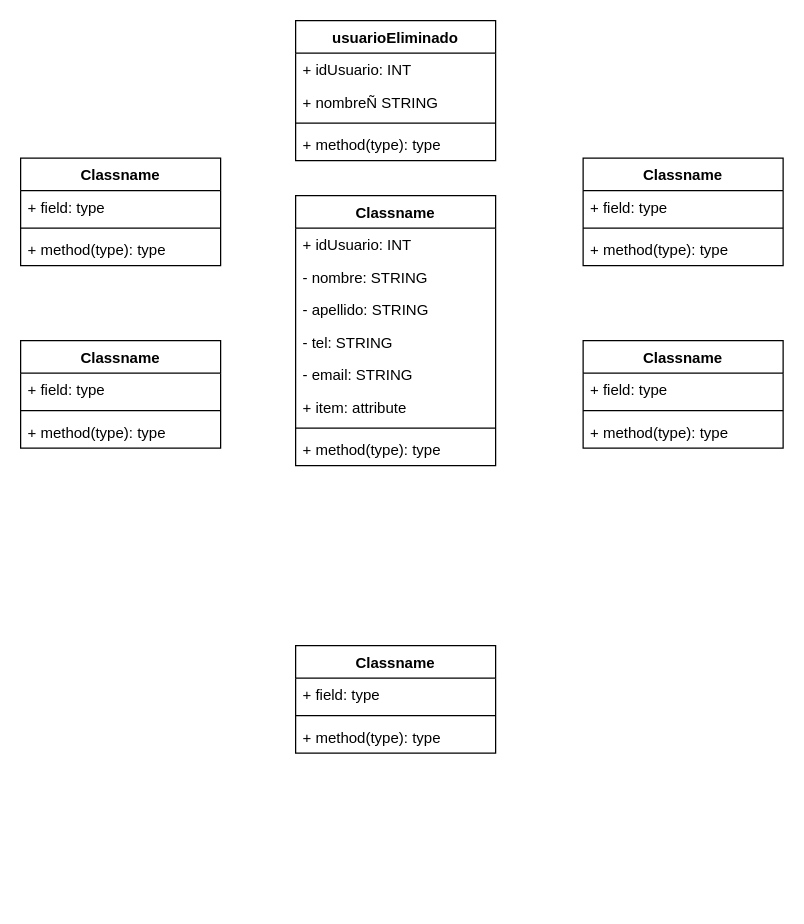
This is drawIo/Dule_Oracle_Class_Diagram.drawio from TanaStorm/Dule_Oracle, a draw.io file, before an edit. Source tidied: cells renumbered, new cells numbered last; positions are measured from the earlier drawing's top-left corner, leaving out a move shared by most shapes. Both pictures are drawn from the tidied source at 125%, with x=0, y=0 at pixel (20, 20).
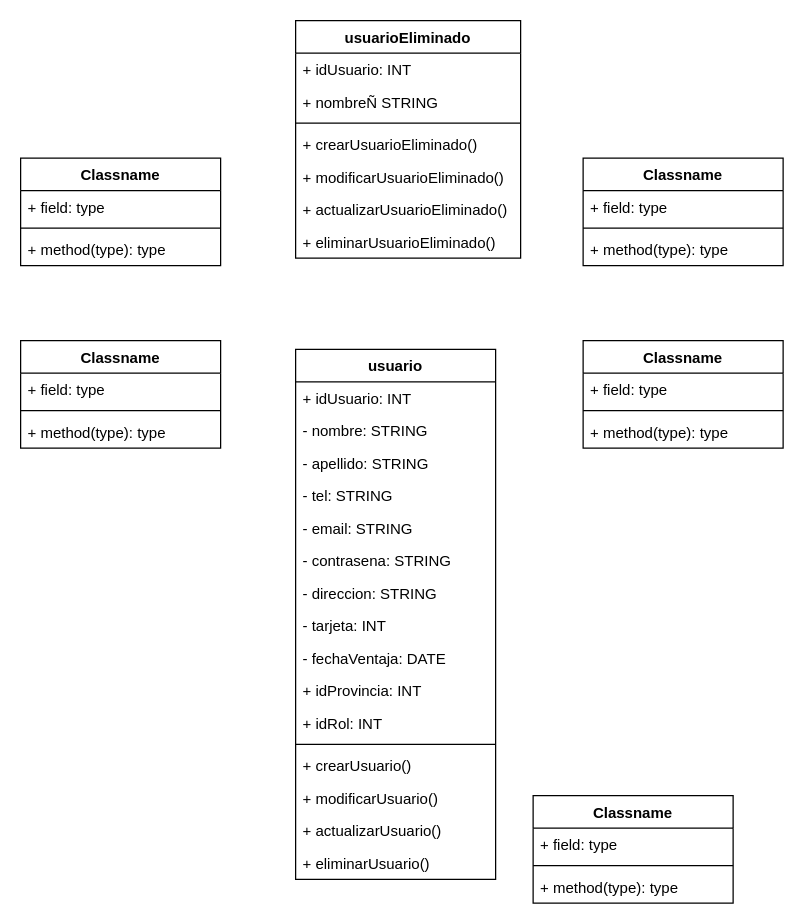
After the change.

Diff of the diagram source:
```diff
@@
     <mxCell id="2" value="usuarioEliminado" style="swimlane;fontStyle=1;align=center;verticalAlign=top;horizontal=1;startSize=26;" parent="1" vertex="1">
-      <mxGeometry x="220" width="160" height="112" as="geometry" />
+      <mxGeometry x="220" width="180" height="190" as="geometry" />
     </mxCell>
     <mxCell id="3" value="+ idUsuario: INT" style="text;strokeColor=none;fillColor=none;align=left;verticalAlign=top;spacingLeft=4;spacingRight=4;overflow=hidden;" parent="2" vertex="1">
-      <mxGeometry y="26" width="160" height="26" as="geometry" />
+      <mxGeometry y="26" width="180" height="26" as="geometry" />
     </mxCell>
     <mxCell id="4" value="+ nombreÑ STRING&#10;" style="text;strokeColor=none;fillColor=none;align=left;verticalAlign=top;spacingLeft=4;spacingRight=4;overflow=hidden;" parent="2" vertex="1">
-      <mxGeometry y="52" width="160" height="26" as="geometry" />
+      <mxGeometry y="52" width="180" height="26" as="geometry" />
     </mxCell>
     <mxCell id="5" style="line;strokeWidth=1;fillColor=none;align=left;verticalAlign=middle;spacingTop=-1;spacingLeft=3;spacingRight=3;labelPosition=right;" parent="2" vertex="1">
-      <mxGeometry y="78" width="160" height="8" as="geometry" />
+      <mxGeometry y="78" width="180" height="8" as="geometry" />
     </mxCell>
-    <mxCell id="6" value="+ method(type): type" style="text;strokeColor=none;fillColor=none;align=left;verticalAlign=top;spacingLeft=4;spacingRight=4;overflow=hidden;" parent="2" vertex="1">
-      <mxGeometry y="86" width="160" height="26" as="geometry" />
+    <mxCell id="6" value="+ crearUsuarioEliminado()" style="text;strokeColor=none;fillColor=none;align=left;verticalAlign=top;spacingLeft=4;spacingRight=4;overflow=hidden;" parent="2" vertex="1">
+      <mxGeometry y="86" width="180" height="26" as="geometry" />
     </mxCell>
+    <mxCell id="36" value="+ modificarUsuarioEliminado()" style="text;strokeColor=none;fillColor=none;align=left;verticalAlign=top;spacingLeft=4;spacingRight=4;overflow=hidden;" parent="2" vertex="1">
+      <mxGeometry y="112" width="180" height="26" as="geometry" />
+    </mxCell>
+    <mxCell id="37" value="+ actualizarUsuarioEliminado()" style="text;strokeColor=none;fillColor=none;align=left;verticalAlign=top;spacingLeft=4;spacingRight=4;overflow=hidden;" parent="2" vertex="1">
+      <mxGeometry y="138" width="180" height="26" as="geometry" />
+    </mxCell>
+    <mxCell id="38" value="+ eliminarUsuarioEliminado()" style="text;strokeColor=none;fillColor=none;align=left;verticalAlign=top;spacingLeft=4;spacingRight=4;overflow=hidden;" parent="2" vertex="1">
+      <mxGeometry y="164" width="180" height="26" as="geometry" />
+    </mxCell>
-    <mxCell id="7" value="Classname" style="swimlane;fontStyle=1;align=center;verticalAlign=top;horizontal=1;startSize=26;" parent="1" vertex="1">
-      <mxGeometry x="220" y="140" width="160" height="216" as="geometry" />
+    <mxCell id="7" value="usuario" style="swimlane;fontStyle=1;align=center;verticalAlign=top;horizontal=1;startSize=26;" parent="1" vertex="1">
+      <mxGeometry x="220" y="263" width="160" height="424" as="geometry" />
     </mxCell>
@@
-    <mxCell id="13" value="+ item: attribute" style="text;strokeColor=none;fillColor=none;align=left;verticalAlign=top;spacingLeft=4;spacingRight=4;overflow=hidden;" parent="7" vertex="1">
+    <mxCell id="13" value="- contrasena: STRING" style="text;strokeColor=none;fillColor=none;align=left;verticalAlign=top;spacingLeft=4;spacingRight=4;overflow=hidden;" parent="7" vertex="1">
       <mxGeometry y="156" width="160" height="26" as="geometry" />
     </mxCell>
+    <mxCell id="39" value="- direccion: STRING " style="text;strokeColor=none;fillColor=none;align=left;verticalAlign=top;spacingLeft=4;spacingRight=4;overflow=hidden;" parent="7" vertex="1">
+      <mxGeometry y="182" width="160" height="26" as="geometry" />
+    </mxCell>
+    <mxCell id="40" value="- tarjeta: INT " style="text;strokeColor=none;fillColor=none;align=left;verticalAlign=top;spacingLeft=4;spacingRight=4;overflow=hidden;" parent="7" vertex="1">
+      <mxGeometry y="208" width="160" height="26" as="geometry" />
+    </mxCell>
+    <mxCell id="41" value="- fechaVentaja: DATE " style="text;strokeColor=none;fillColor=none;align=left;verticalAlign=top;spacingLeft=4;spacingRight=4;overflow=hidden;" parent="7" vertex="1">
+      <mxGeometry y="234" width="160" height="26" as="geometry" />
+    </mxCell>
+    <mxCell id="42" value="+ idProvincia: INT " style="text;strokeColor=none;fillColor=none;align=left;verticalAlign=top;spacingLeft=4;spacingRight=4;overflow=hidden;" parent="7" vertex="1">
+      <mxGeometry y="260" width="160" height="26" as="geometry" />
+    </mxCell>
+    <mxCell id="43" value="+ idRol: INT" style="text;strokeColor=none;fillColor=none;align=left;verticalAlign=top;spacingLeft=4;spacingRight=4;overflow=hidden;" parent="7" vertex="1">
+      <mxGeometry y="286" width="160" height="26" as="geometry" />
+    </mxCell>
     <mxCell id="14" style="line;strokeWidth=1;fillColor=none;align=left;verticalAlign=middle;spacingTop=-1;spacingLeft=3;spacingRight=3;labelPosition=right;" parent="7" vertex="1">
-      <mxGeometry y="182" width="160" height="8" as="geometry" />
+      <mxGeometry y="312" width="160" height="8" as="geometry" />
     </mxCell>
-    <mxCell id="15" value="+ method(type): type" style="text;strokeColor=none;fillColor=none;align=left;verticalAlign=top;spacingLeft=4;spacingRight=4;overflow=hidden;" parent="7" vertex="1">
-      <mxGeometry y="190" width="160" height="26" as="geometry" />
+    <mxCell id="15" value="+ crearUsuario()" style="text;strokeColor=none;fillColor=none;align=left;verticalAlign=top;spacingLeft=4;spacingRight=4;overflow=hidden;" parent="7" vertex="1">
+      <mxGeometry y="320" width="160" height="26" as="geometry" />
     </mxCell>
+    <mxCell id="44" value="+ modificarUsuario()" style="text;strokeColor=none;fillColor=none;align=left;verticalAlign=top;spacingLeft=4;spacingRight=4;overflow=hidden;" parent="7" vertex="1">
+      <mxGeometry y="346" width="160" height="26" as="geometry" />
+    </mxCell>
+    <mxCell id="45" value="+ actualizarUsuario()" style="text;strokeColor=none;fillColor=none;align=left;verticalAlign=top;spacingLeft=4;spacingRight=4;overflow=hidden;" parent="7" vertex="1">
+      <mxGeometry y="372" width="160" height="26" as="geometry" />
+    </mxCell>
+    <mxCell id="46" value="+ eliminarUsuario()" style="text;strokeColor=none;fillColor=none;align=left;verticalAlign=top;spacingLeft=4;spacingRight=4;overflow=hidden;" parent="7" vertex="1">
+      <mxGeometry y="398" width="160" height="26" as="geometry" />
+    </mxCell>
     <mxCell id="16" value="Classname" style="swimlane;fontStyle=1;align=center;verticalAlign=top;horizontal=1;startSize=26;" parent="1" vertex="1">
-      <mxGeometry x="220" y="500" width="160" height="86" as="geometry" />
+      <mxGeometry x="410" y="620" width="160" height="86" as="geometry" />
     </mxCell>
```
